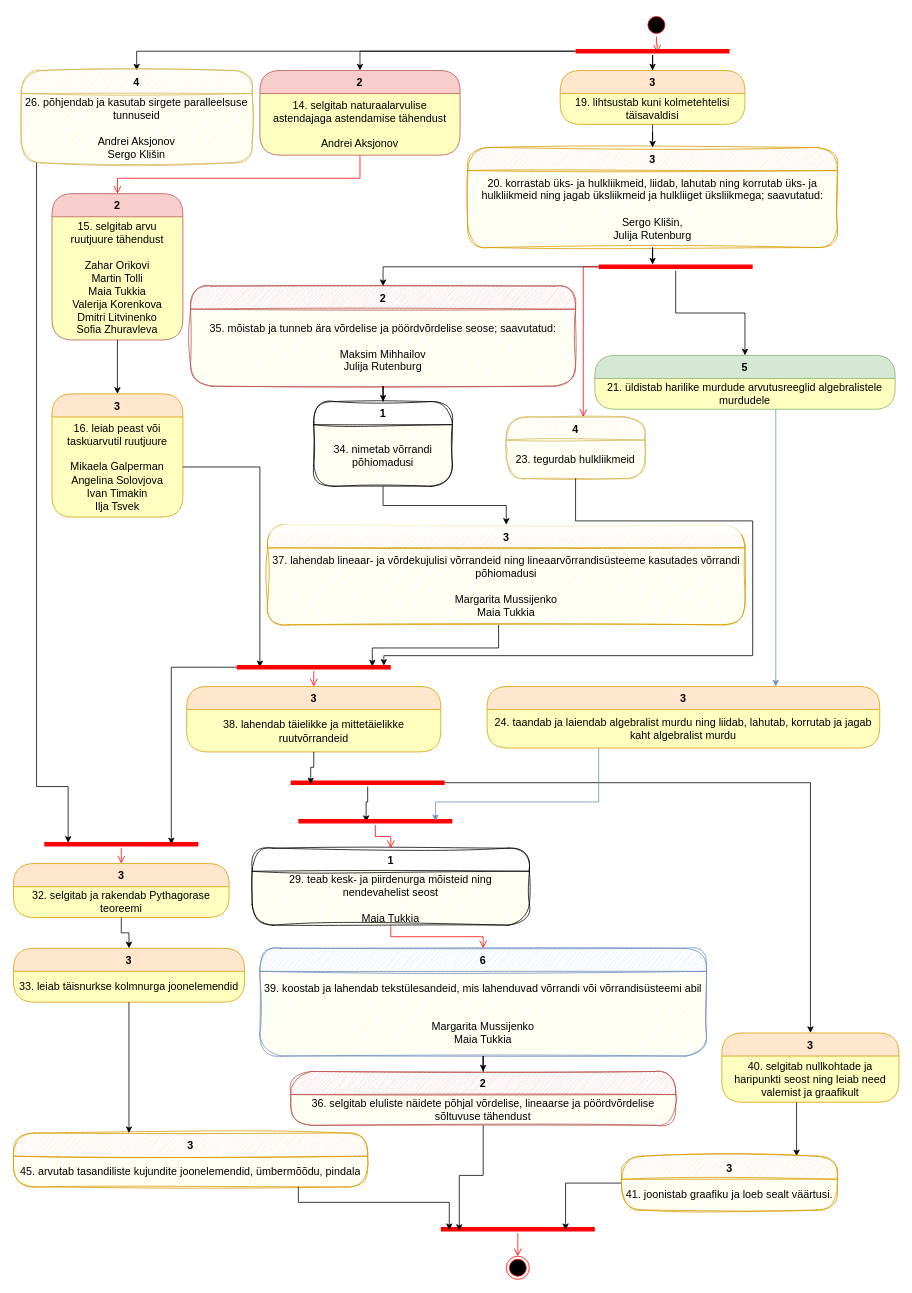
Before: page "Väljavõte" (4 of 4) of rmd/matemaatika-3.drawio in piiskop/matemaatika-3, a draw.io diagram. Source tidied: cells renumbered, new cells numbered last; positions are measured from the earlier drawing's top-left corner, leaving out a move shared by most shapes. Both pictures are drawn from the tidied source at 77%, with x=0, y=0 at pixel (13, 13).
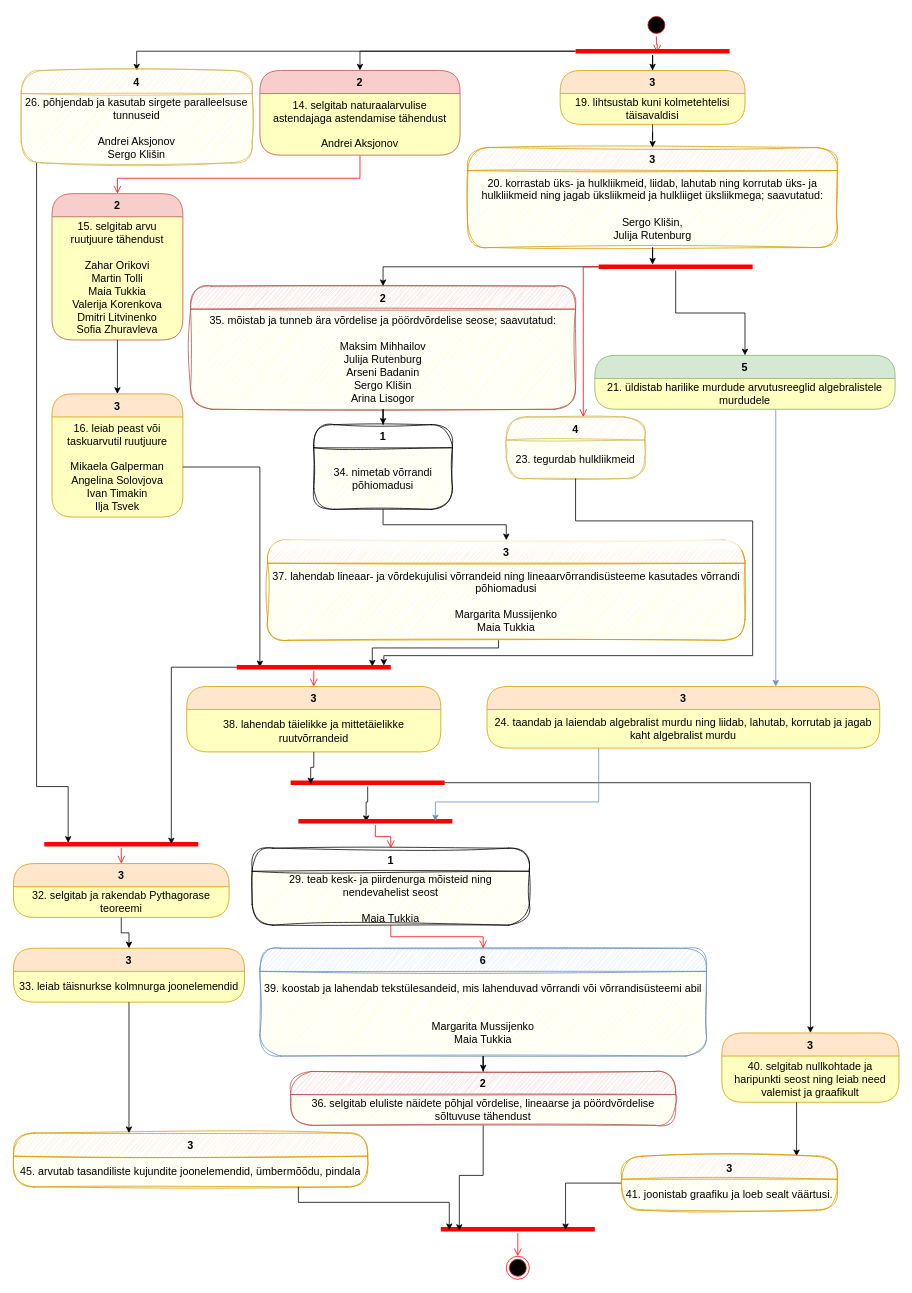
The same page after the edit.

The edit, as a diff of the source:
```diff
@@
     <mxCell id="17" value="3" style="swimlane;fontStyle=1;align=center;verticalAlign=middle;horizontal=1;startSize=30;rounded=1;arcSize=30;strokeColor=#d79b00;fillColor=#ffe6cc;swimlaneFillColor=#ffffc0;sketch=1;curveFitting=1;jiggle=2;glass=1;fontSize=14;" parent="1" vertex="1">
-      <mxGeometry x="330" y="664" width="620" height="130" as="geometry" />
+      <mxGeometry x="330" y="684" width="620" height="130" as="geometry" />
     </mxCell>
@@
     <mxCell id="22" value="1" style="swimlane;fontStyle=1;align=center;verticalAlign=middle;horizontal=1;startSize=30;rounded=1;arcSize=30;swimlaneFillColor=#ffffc0;sketch=1;curveFitting=1;jiggle=2;fontSize=14;" parent="1" vertex="1">
-      <mxGeometry x="390" y="504" width="180" height="110" as="geometry" />
+      <mxGeometry x="390" y="534" width="180" height="110" as="geometry" />
     </mxCell>
@@
     <mxCell id="25" value="2" style="swimlane;fontStyle=1;align=center;verticalAlign=middle;horizontal=1;startSize=30;rounded=1;arcSize=30;strokeColor=#b85450;fillColor=#f8cecc;swimlaneFillColor=#ffffc0;sketch=1;curveFitting=1;jiggle=2;fontSize=14;" parent="1" vertex="1">
-      <mxGeometry x="230" y="354" width="500" height="130" as="geometry" />
+      <mxGeometry x="230" y="354" width="500" height="160" as="geometry" />
     </mxCell>
-    <mxCell id="26" value="35. mõistab ja tunneb ära võrdelise ja pöördvõrdelise seose; saavutatud:&lt;br&gt;&lt;br&gt;Maksim Mihhailov&lt;br&gt;Julija Rutenburg" style="text;html=1;strokeColor=none;fillColor=none;align=center;verticalAlign=middle;spacingLeft=4;spacingRight=4;whiteSpace=wrap;overflow=hidden;fontColor=#000000;fontSize=14;" parent="25" vertex="1">
-      <mxGeometry y="30" width="500" height="100" as="geometry" />
+    <mxCell id="26" value="35. mõistab ja tunneb ära võrdelise ja pöördvõrdelise seose; saavutatud:&lt;br&gt;&lt;br&gt;Maksim Mihhailov&lt;br&gt;Julija Rutenburg&lt;br&gt;Arseni Badanin&lt;br&gt;Sergo Klišin&lt;br&gt;Arina Lisogor" style="text;html=1;strokeColor=none;fillColor=none;align=center;verticalAlign=middle;spacingLeft=4;spacingRight=4;whiteSpace=wrap;overflow=hidden;fontColor=#000000;fontSize=14;" parent="25" vertex="1">
+      <mxGeometry y="30" width="500" height="130" as="geometry" />
     </mxCell>
```
